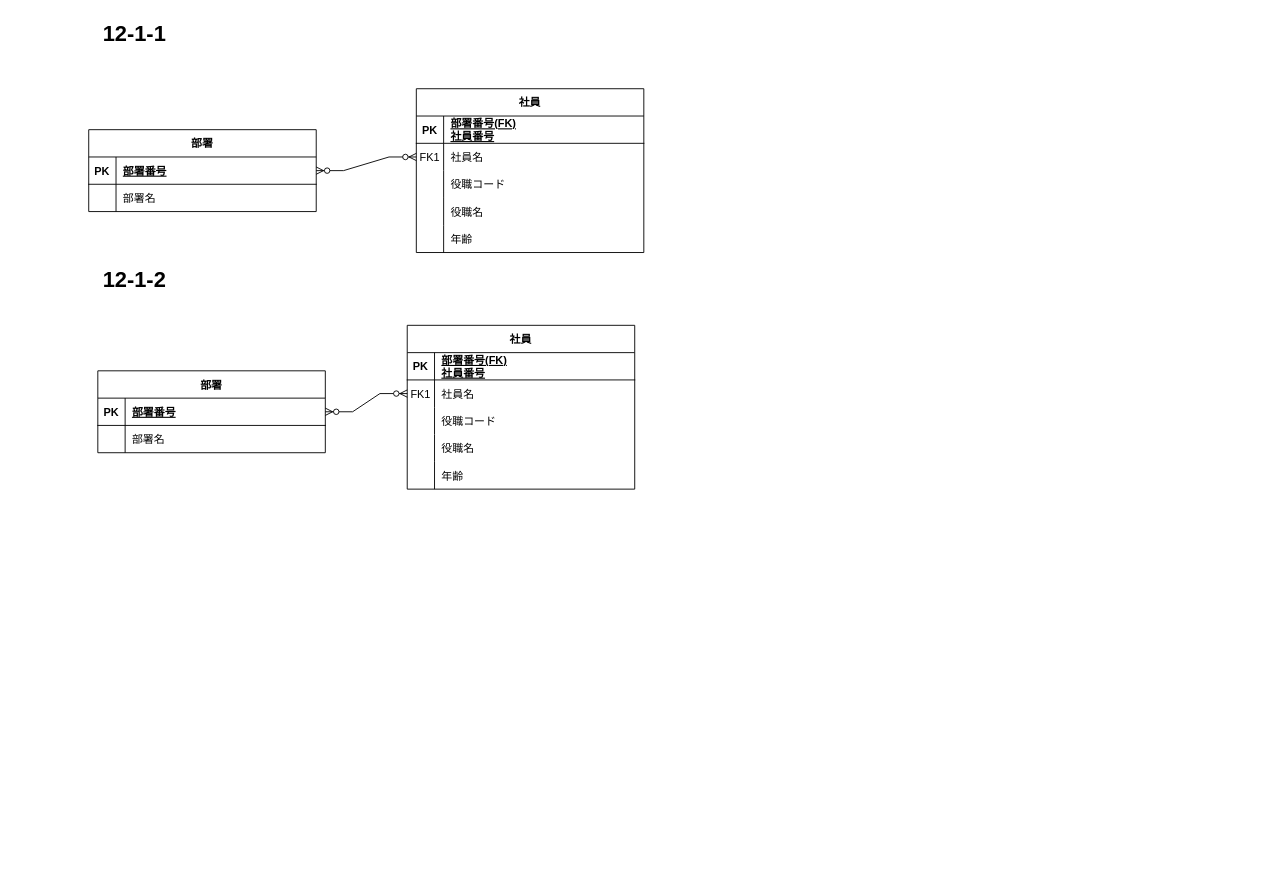
This is SQL入門12-1.drawio from hie3-336/ER-draw.io, a draw.io file, before an edit. Source tidied: cells renumbered, new cells numbered last; positions are measured from the earlier drawing's top-left corner, leaving out a move shared by most shapes. Both pictures are drawn from the tidied source at 91%, with x=0, y=0 at pixel (88, 15).
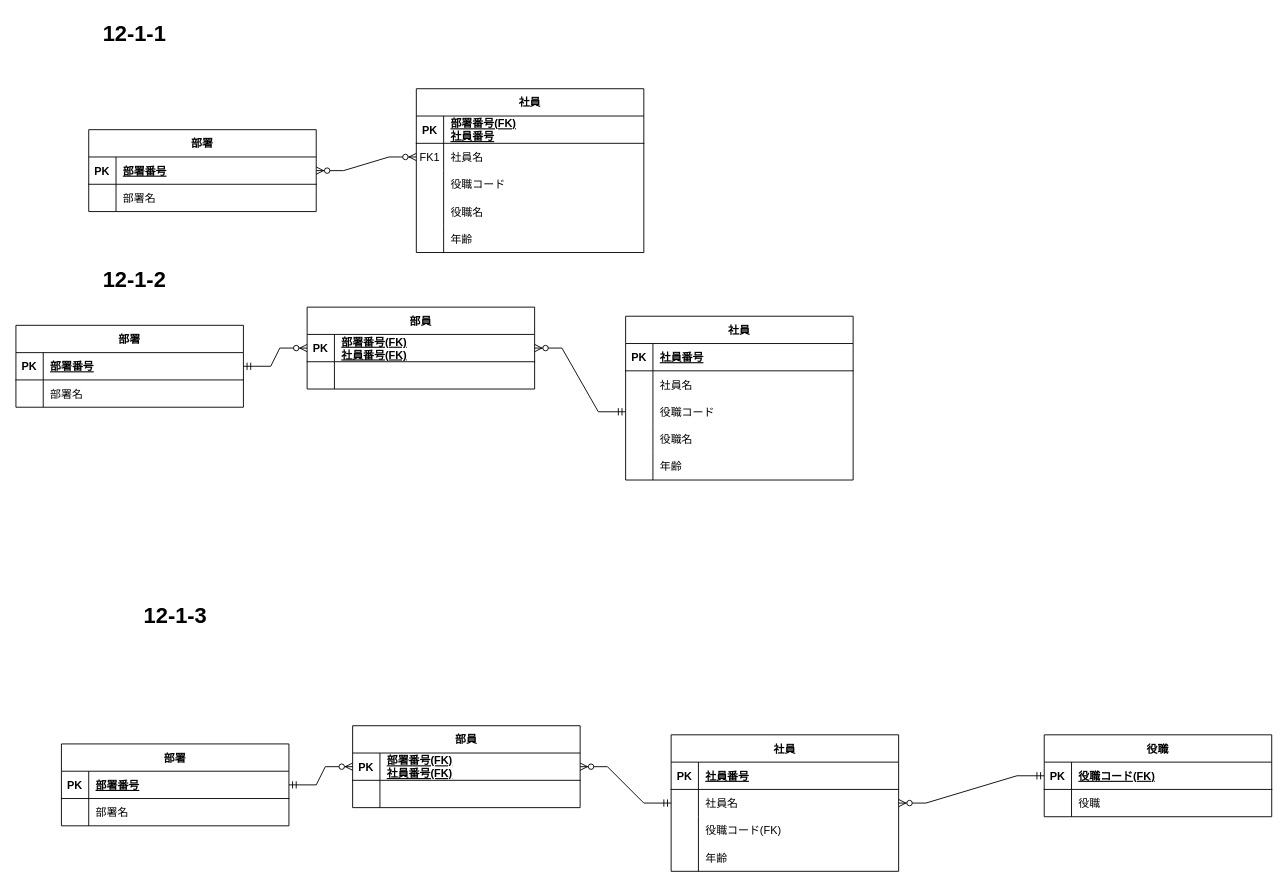
The same page after the edit.

Commit message (it also covers changes not shown here):
SQL入門12-1.drawio を更新します

The change refers to these unchanged cells:
```xml
<mxCell id="3" style="shape=partialRectangle;fillColor=none;top=0;left=0;right=0;bottom=1;" parent="2" vertex="1">
  <mxGeometry y="30" width="250" height="30" as="geometry" />
</mxCell>
<mxCell id="6" style="shape=partialRectangle;fillColor=none;points=[[0,0.5],[1,0.5]];portConstraint=eastwest;top=0;left=0;right=0;bottom=0;" parent="2" vertex="1">
  <mxGeometry y="60" width="250" height="30" as="geometry" />
</mxCell>
<mxCell id="9" style="shape=partialRectangle;fillColor=none;points=[[0,0.5],[1,0.5]];portConstraint=eastwest;top=0;left=0;right=0;bottom=0;" parent="2" vertex="1">
  <mxGeometry y="90" width="250" height="30" as="geometry" />
</mxCell>
<mxCell id="19" style="shape=partialRectangle;fillColor=none;points=[[0,0.5],[1,0.5]];portConstraint=eastwest;top=0;left=0;right=0;bottom=1;" parent="18" vertex="1">
  <mxGeometry y="30" width="250" height="30" as="geometry" />
</mxCell>
```

Change to the diagram source:
```diff
@@
     <mxCell id="2" value="社員" style="shape=table;startSize=30;childLayout=tableLayout;rowLines=0;fontStyle=1;align=center;" parent="1" vertex="1">
-      <mxGeometry x="350" y="340" width="250" height="180" as="geometry" />
+      <mxGeometry x="590" y="330" width="250" height="180" as="geometry" />
     </mxCell>
@@
-    <mxCell id="5" value="部署番号(FK)&#10;社員番号" style="shape=partialRectangle;overflow=hidden;fillColor=none;top=0;left=0;bottom=0;right=0;align=left;spacingLeft=6;fontStyle=5;" parent="3" vertex="1">
+    <mxCell id="5" value="社員番号" style="shape=partialRectangle;overflow=hidden;fillColor=none;top=0;left=0;bottom=0;right=0;align=left;spacingLeft=6;fontStyle=5;" parent="3" vertex="1">
       <mxGeometry x="30" width="220" height="30" as="geometry" />
     </mxCell>
@@
-    <mxCell id="7" value="FK1" style="shape=partialRectangle;overflow=hidden;fillColor=none;top=0;left=0;bottom=0;right=0;" parent="6" vertex="1">
+    <mxCell id="7" style="shape=partialRectangle;overflow=hidden;fillColor=none;top=0;left=0;bottom=0;right=0;" parent="6" vertex="1">
       <mxGeometry width="30" height="30" as="geometry" />
     </mxCell>
@@
     <mxCell id="18" value="部署" style="shape=table;startSize=30;childLayout=tableLayout;rowLines=0;fontStyle=1;align=center;" parent="1" vertex="1">
-      <mxGeometry x="10" y="390" width="250" height="90" as="geometry" />
+      <mxGeometry x="-80" y="340" width="250" height="90" as="geometry" />
     </mxCell>
@@
-    <mxCell id="25" style="edgeStyle=entityRelationEdgeStyle;fontSize=12;html=1;endArrow=ERzeroToMany;endFill=1;startArrow=ERzeroToMany;rounded=0;entryX=0;entryY=0.5;entryDx=0;entryDy=0;exitX=1;exitY=0.5;exitDx=0;exitDy=0;" parent="1" edge="1" source="19" target="6">
-      <mxGeometry relative="1" as="geometry" />
-    </mxCell>
@@
+    <mxCell id="52" value="部員" style="shape=table;startSize=30;childLayout=tableLayout;rowLines=0;fontStyle=1;align=center;" parent="1" vertex="1">
+      <mxGeometry x="240" y="320" width="250" height="90" as="geometry" />
+    </mxCell>
+    <mxCell id="53" style="shape=partialRectangle;fillColor=none;points=[[0,0.5],[1,0.5]];portConstraint=eastwest;top=0;left=0;right=0;bottom=1;" parent="52" vertex="1">
+      <mxGeometry y="30" width="250" height="30" as="geometry" />
+    </mxCell>
+    <mxCell id="54" value="PK" style="shape=partialRectangle;overflow=hidden;fillColor=none;top=0;left=0;bottom=0;right=0;fontStyle=1;" parent="53" vertex="1">
+      <mxGeometry width="30" height="30" as="geometry" />
+    </mxCell>
+    <mxCell id="55" value="部署番号(FK)&#10;社員番号(FK)" style="shape=partialRectangle;overflow=hidden;fillColor=none;top=0;left=0;bottom=0;right=0;align=left;spacingLeft=6;fontStyle=5;" parent="53" vertex="1">
+      <mxGeometry x="30" width="220" height="30" as="geometry" />
+    </mxCell>
+    <mxCell id="56" style="shape=partialRectangle;fillColor=none;top=0;left=0;right=0;bottom=0;" parent="52" vertex="1">
+      <mxGeometry y="60" width="250" height="30" as="geometry" />
+    </mxCell>
+    <mxCell id="57" style="shape=partialRectangle;overflow=hidden;fillColor=none;top=0;left=0;bottom=0;right=0;" parent="56" vertex="1">
+      <mxGeometry width="30" height="30" as="geometry" />
+    </mxCell>
+    <mxCell id="58" style="shape=partialRectangle;overflow=hidden;fillColor=none;top=0;left=0;bottom=0;right=0;align=left;spacingLeft=6;" parent="56" vertex="1">
+      <mxGeometry x="30" width="220" height="30" as="geometry" />
+    </mxCell>
+    <mxCell id="59" style="edgeStyle=entityRelationEdgeStyle;fontSize=12;html=1;endArrow=ERzeroToMany;startArrow=ERmandOne;rounded=0;exitX=0;exitY=0.5;exitDx=0;exitDy=0;entryX=1;entryY=0.5;entryDx=0;entryDy=0;" parent="1" edge="1" source="9" target="53">
+      <mxGeometry relative="1" as="geometry" />
+    </mxCell>
+    <mxCell id="60" style="edgeStyle=entityRelationEdgeStyle;fontSize=12;html=1;endArrow=ERzeroToMany;startArrow=ERmandOne;rounded=0;exitX=1;exitY=0.5;exitDx=0;exitDy=0;entryX=0;entryY=0.5;entryDx=0;entryDy=0;" parent="1" edge="1" source="19" target="53">
+      <mxGeometry relative="1" as="geometry" />
+    </mxCell>
+    <mxCell id="61" value="社員" style="shape=table;startSize=30;childLayout=tableLayout;rowLines=0;fontStyle=1;align=center;" parent="1" vertex="1">
+      <mxGeometry x="640" y="790" width="250" height="150" as="geometry" />
+    </mxCell>
+    <mxCell id="62" style="shape=partialRectangle;fillColor=none;top=0;left=0;right=0;bottom=1;" parent="61" vertex="1">
+      <mxGeometry y="30" width="250" height="30" as="geometry" />
+    </mxCell>
+    <mxCell id="63" value="PK" style="shape=partialRectangle;overflow=hidden;fillColor=none;top=0;left=0;bottom=0;right=0;fontStyle=1;" parent="62" vertex="1">
+      <mxGeometry width="30" height="30" as="geometry" />
+    </mxCell>
+    <mxCell id="64" value="社員番号" style="shape=partialRectangle;overflow=hidden;fillColor=none;top=0;left=0;bottom=0;right=0;align=left;spacingLeft=6;fontStyle=5;" parent="62" vertex="1">
+      <mxGeometry x="30" width="220" height="30" as="geometry" />
+    </mxCell>
+    <mxCell id="65" style="shape=partialRectangle;fillColor=none;points=[[0,0.5],[1,0.5]];portConstraint=eastwest;top=0;left=0;right=0;bottom=0;" parent="61" vertex="1">
+      <mxGeometry y="60" width="250" height="30" as="geometry" />
+    </mxCell>
+    <mxCell id="66" style="shape=partialRectangle;overflow=hidden;fillColor=none;top=0;left=0;bottom=0;right=0;" parent="65" vertex="1">
+      <mxGeometry width="30" height="30" as="geometry" />
+    </mxCell>
+    <mxCell id="67" value="社員名" style="shape=partialRectangle;overflow=hidden;fillColor=none;top=0;left=0;bottom=0;right=0;align=left;spacingLeft=6;" parent="65" vertex="1">
+      <mxGeometry x="30" width="220" height="30" as="geometry" />
+    </mxCell>
+    <mxCell id="68" style="shape=partialRectangle;fillColor=none;top=0;left=0;right=0;bottom=0;" parent="61" vertex="1">
+      <mxGeometry y="90" width="250" height="30" as="geometry" />
+    </mxCell>
+    <mxCell id="69" style="shape=partialRectangle;overflow=hidden;fillColor=none;top=0;left=0;bottom=0;right=0;" parent="68" vertex="1">
+      <mxGeometry width="30" height="30" as="geometry" />
+    </mxCell>
+    <mxCell id="70" value="役職コード(FK)" style="shape=partialRectangle;overflow=hidden;fillColor=none;top=0;left=0;bottom=0;right=0;align=left;spacingLeft=6;" parent="68" vertex="1">
+      <mxGeometry x="30" width="220" height="30" as="geometry" />
+    </mxCell>
+    <mxCell id="71" style="shape=partialRectangle;fillColor=none;top=0;left=0;right=0;bottom=0;" parent="61" vertex="1">
+      <mxGeometry y="120" width="250" height="30" as="geometry" />
+    </mxCell>
+    <mxCell id="72" style="shape=partialRectangle;overflow=hidden;fillColor=none;top=0;left=0;bottom=0;right=0;" parent="71" vertex="1">
+      <mxGeometry width="30" height="30" as="geometry" />
+    </mxCell>
+    <mxCell id="73" value="年齢" style="shape=partialRectangle;overflow=hidden;fillColor=none;top=0;left=0;bottom=0;right=0;align=left;spacingLeft=6;" parent="71" vertex="1">
+      <mxGeometry x="30" width="220" height="30" as="geometry" />
+    </mxCell>
+    <mxCell id="74" value="部署" style="shape=table;startSize=30;childLayout=tableLayout;rowLines=0;fontStyle=1;align=center;" parent="1" vertex="1">
+      <mxGeometry x="-30" y="800" width="250" height="90" as="geometry" />
+    </mxCell>
+    <mxCell id="75" style="shape=partialRectangle;fillColor=none;points=[[0,0.5],[1,0.5]];portConstraint=eastwest;top=0;left=0;right=0;bottom=1;" parent="74" vertex="1">
+      <mxGeometry y="30" width="250" height="30" as="geometry" />
+    </mxCell>
+    <mxCell id="76" value="PK" style="shape=partialRectangle;overflow=hidden;fillColor=none;top=0;left=0;bottom=0;right=0;fontStyle=1;" parent="75" vertex="1">
+      <mxGeometry width="30" height="30" as="geometry" />
+    </mxCell>
+    <mxCell id="77" value="部署番号" style="shape=partialRectangle;overflow=hidden;fillColor=none;top=0;left=0;bottom=0;right=0;align=left;spacingLeft=6;fontStyle=5;" parent="75" vertex="1">
+      <mxGeometry x="30" width="220" height="30" as="geometry" />
+    </mxCell>
+    <mxCell id="78" style="shape=partialRectangle;fillColor=none;top=0;left=0;right=0;bottom=0;" parent="74" vertex="1">
+      <mxGeometry y="60" width="250" height="30" as="geometry" />
+    </mxCell>
+    <mxCell id="79" style="shape=partialRectangle;overflow=hidden;fillColor=none;top=0;left=0;bottom=0;right=0;" parent="78" vertex="1">
+      <mxGeometry width="30" height="30" as="geometry" />
+    </mxCell>
+    <mxCell id="80" value="部署名" style="shape=partialRectangle;overflow=hidden;fillColor=none;top=0;left=0;bottom=0;right=0;align=left;spacingLeft=6;" parent="78" vertex="1">
+      <mxGeometry x="30" width="220" height="30" as="geometry" />
+    </mxCell>
+    <mxCell id="81" value="12-1-3" style="text;strokeColor=none;fillColor=none;html=1;fontSize=24;fontStyle=1;verticalAlign=middle;align=center;" parent="1" vertex="1">
+      <mxGeometry x="45" y="640" width="100" height="40" as="geometry" />
+    </mxCell>
+    <mxCell id="82" value="部員" style="shape=table;startSize=30;childLayout=tableLayout;rowLines=0;fontStyle=1;align=center;" parent="1" vertex="1">
+      <mxGeometry x="290" y="780" width="250" height="90" as="geometry" />
+    </mxCell>
+    <mxCell id="83" style="shape=partialRectangle;fillColor=none;points=[[0,0.5],[1,0.5]];portConstraint=eastwest;top=0;left=0;right=0;bottom=1;" parent="82" vertex="1">
+      <mxGeometry y="30" width="250" height="30" as="geometry" />
+    </mxCell>
+    <mxCell id="84" value="PK" style="shape=partialRectangle;overflow=hidden;fillColor=none;top=0;left=0;bottom=0;right=0;fontStyle=1;" parent="83" vertex="1">
+      <mxGeometry width="30" height="30" as="geometry" />
+    </mxCell>
+    <mxCell id="85" value="部署番号(FK)&#10;社員番号(FK)" style="shape=partialRectangle;overflow=hidden;fillColor=none;top=0;left=0;bottom=0;right=0;align=left;spacingLeft=6;fontStyle=5;" parent="83" vertex="1">
+      <mxGeometry x="30" width="220" height="30" as="geometry" />
+    </mxCell>
+    <mxCell id="86" style="shape=partialRectangle;fillColor=none;top=0;left=0;right=0;bottom=0;" parent="82" vertex="1">
+      <mxGeometry y="60" width="250" height="30" as="geometry" />
+    </mxCell>
+    <mxCell id="87" style="shape=partialRectangle;overflow=hidden;fillColor=none;top=0;left=0;bottom=0;right=0;" parent="86" vertex="1">
+      <mxGeometry width="30" height="30" as="geometry" />
+    </mxCell>
+    <mxCell id="88" style="shape=partialRectangle;overflow=hidden;fillColor=none;top=0;left=0;bottom=0;right=0;align=left;spacingLeft=6;" parent="86" vertex="1">
+      <mxGeometry x="30" width="220" height="30" as="geometry" />
+    </mxCell>
+    <mxCell id="89" style="edgeStyle=entityRelationEdgeStyle;fontSize=12;html=1;endArrow=ERzeroToMany;startArrow=ERmandOne;rounded=0;exitX=0;exitY=0.5;exitDx=0;exitDy=0;entryX=1;entryY=0.5;entryDx=0;entryDy=0;" parent="1" edge="1" source="65" target="83">
+      <mxGeometry relative="1" as="geometry" />
+    </mxCell>
+    <mxCell id="90" style="edgeStyle=entityRelationEdgeStyle;fontSize=12;html=1;endArrow=ERzeroToMany;startArrow=ERmandOne;rounded=0;exitX=1;exitY=0.5;exitDx=0;exitDy=0;entryX=0;entryY=0.5;entryDx=0;entryDy=0;" parent="1" edge="1" source="75" target="83">
+      <mxGeometry relative="1" as="geometry" />
+    </mxCell>
+    <mxCell id="91" value="役職" style="shape=table;startSize=30;childLayout=tableLayout;rowLines=0;fontStyle=1;align=center;" parent="1" vertex="1">
+      <mxGeometry x="1050" y="790" width="250" height="90" as="geometry" />
+    </mxCell>
+    <mxCell id="92" style="shape=partialRectangle;fillColor=none;points=[[0,0.5],[1,0.5]];portConstraint=eastwest;top=0;left=0;right=0;bottom=1;" parent="91" vertex="1">
+      <mxGeometry y="30" width="250" height="30" as="geometry" />
+    </mxCell>
+    <mxCell id="93" value="PK" style="shape=partialRectangle;overflow=hidden;fillColor=none;top=0;left=0;bottom=0;right=0;fontStyle=1;" parent="92" vertex="1">
+      <mxGeometry width="30" height="30" as="geometry" />
+    </mxCell>
+    <mxCell id="94" value="役職コード(FK)" style="shape=partialRectangle;overflow=hidden;fillColor=none;top=0;left=0;bottom=0;right=0;align=left;spacingLeft=6;fontStyle=5;" parent="92" vertex="1">
+      <mxGeometry x="30" width="220" height="30" as="geometry" />
+    </mxCell>
+    <mxCell id="95" style="shape=partialRectangle;fillColor=none;top=0;left=0;right=0;bottom=0;" parent="91" vertex="1">
+      <mxGeometry y="60" width="250" height="30" as="geometry" />
+    </mxCell>
+    <mxCell id="96" style="shape=partialRectangle;overflow=hidden;fillColor=none;top=0;left=0;bottom=0;right=0;" parent="95" vertex="1">
+      <mxGeometry width="30" height="30" as="geometry" />
+    </mxCell>
+    <mxCell id="97" value="役職" style="shape=partialRectangle;overflow=hidden;fillColor=none;top=0;left=0;bottom=0;right=0;align=left;spacingLeft=6;" parent="95" vertex="1">
+      <mxGeometry x="30" width="220" height="30" as="geometry" />
+    </mxCell>
+    <mxCell id="98" style="edgeStyle=entityRelationEdgeStyle;fontSize=12;html=1;endArrow=ERzeroToMany;startArrow=ERmandOne;rounded=0;exitX=0;exitY=0.5;exitDx=0;exitDy=0;entryX=1;entryY=0.5;entryDx=0;entryDy=0;" parent="1" edge="1" source="92" target="65">
+      <mxGeometry relative="1" as="geometry" />
+    </mxCell>
```
